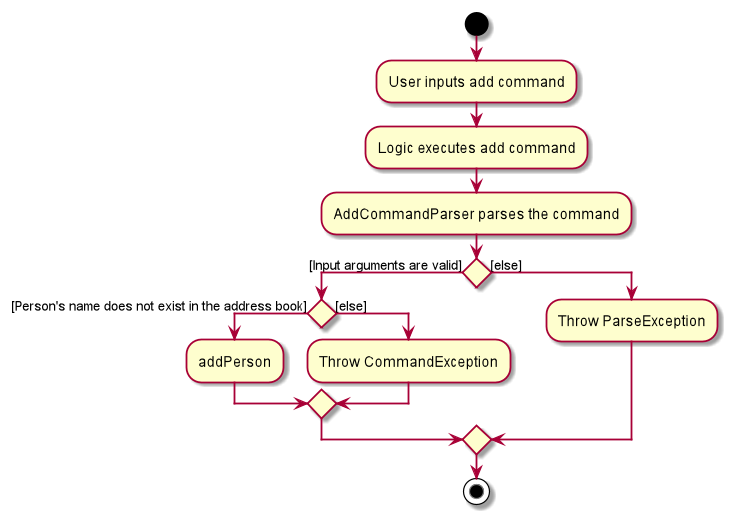
Earlier version of the PlantUML export docs/images/AddCommandActivityDiagram.png (nus-cs2103-AY2122S1/tp).
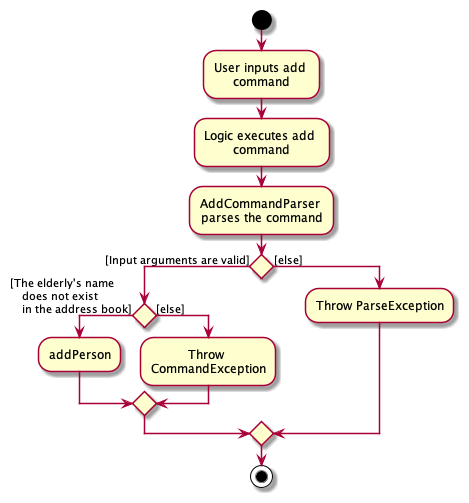
The same file after the commit.

What changed in the source:
```diff
@@ -1,4 +1,6 @@
 @startuml
+skinparam wrapWidth 140
+skinparam defaultTextAlignment center
 
 start
 :User inputs add command;
@@ -6,7 +8,9 @@
 :AddCommandParser parses the command;
 
 if() then ([Input arguments are valid])
-    if() then([Person's name does not exist in the address book])
+    if() then([The elderly's name
+    does not exist
+    in the address book])
         :addPerson;
     else ([else])
         :Throw CommandException;
```
